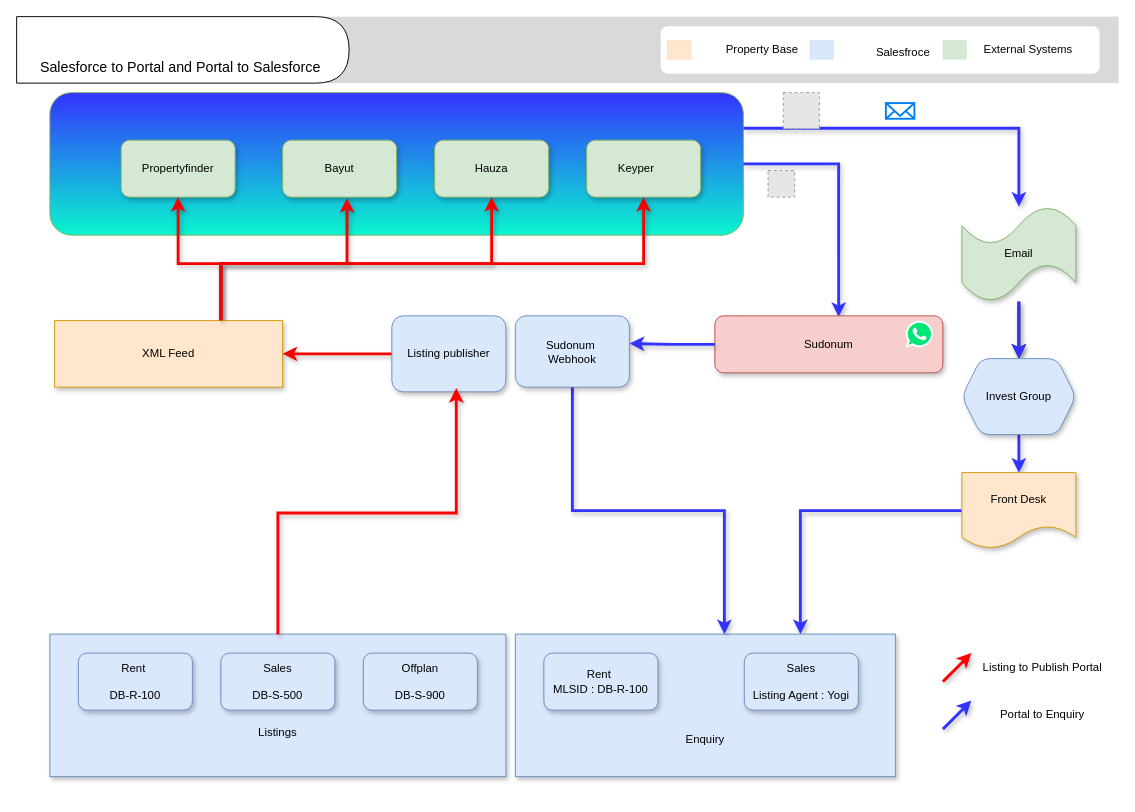
The draw.io diagram page "Portal Email Integration" (11 of 22) of Real Estate Business.drawio in ybbhosale2023/Propertybase, before the edit. Source tidied: cells renumbered, new cells numbered last; positions are measured from the earlier drawing's top-left corner, leaving out a move shared by most shapes. Both pictures are drawn from the tidied source at 95%, with x=0, y=0 at pixel (16, 16). Pictures stored in the file or linked from it are replaced by grey dashed boxes.
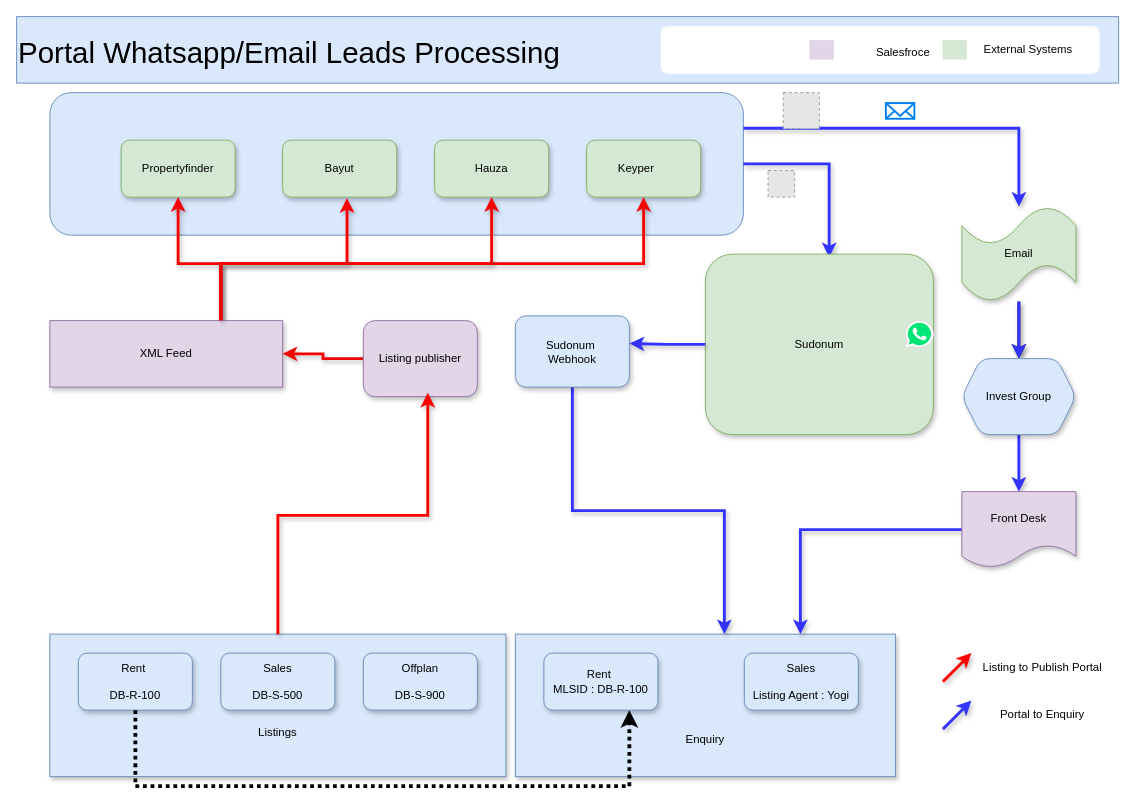
Above is the later version.

The change refers to these unchanged cells:
```xml
<mxCell id="17" value="Rent&amp;nbsp;&lt;div&gt;&lt;br&gt;&lt;div&gt;&lt;span style=&quot;background-color: initial;&quot;&gt;DB-R-100&lt;/span&gt;&lt;/div&gt;&lt;/div&gt;" style="rounded=1;whiteSpace=wrap;html=1;fillColor=#dae8fc;strokeColor=#6c8ebf;shadow=1;" parent="1" vertex="1">
  <mxGeometry x="65" y="670" width="120" height="60" as="geometry" />
</mxCell>
<mxCell id="29" value="Rent&amp;nbsp;&lt;div&gt;MLSID : DB-R-100&lt;/div&gt;" style="rounded=1;whiteSpace=wrap;html=1;fillColor=#dae8fc;strokeColor=#6c8ebf;shadow=1;" parent="1" vertex="1">
  <mxGeometry x="555" y="670" width="120" height="60" as="geometry" />
</mxCell>
<mxCell id="50" style="group;" parent="43" vertex="1">
  <mxGeometry x="835" y="20" width="155" height="35" as="geometry" />
</mxCell>
```

The edit, as a diff of the source:
```diff
@@
+    <mxCell id="28" value="&lt;div&gt;&lt;br&gt;&lt;/div&gt;&lt;div&gt;&lt;br&gt;&lt;/div&gt;&lt;div&gt;&lt;br&gt;&lt;/div&gt;&lt;div&gt;&lt;br&gt;&lt;/div&gt;&lt;div&gt;&lt;br&gt;&lt;/div&gt;&lt;div&gt;Enquiry&lt;/div&gt;" style="rounded=0;whiteSpace=wrap;html=1;fillColor=#dae8fc;strokeColor=#6c8ebf;shadow=1;" parent="1" vertex="1">
+      <mxGeometry x="525" y="650" width="400" height="150" as="geometry" />
+    </mxCell>
-    <mxCell id="2" style="rounded=1;whiteSpace=wrap;html=1;fillColor=#3333FF;strokeColor=#82b366;gradientColor=#0af5ce;" parent="1" vertex="1">
+    <mxCell id="2" style="rounded=1;whiteSpace=wrap;html=1;fillColor=#dae8fc;strokeColor=#6c8ebf;" parent="1" vertex="1">
       <mxGeometry x="35" y="80" width="730" height="150" as="geometry" />
     </mxCell>
@@
-    <mxCell id="12" value="XML Feed" style="rounded=0;whiteSpace=wrap;html=1;fillColor=#ffe6cc;strokeColor=#d79b00;shadow=1;" parent="1" vertex="1">
-      <mxGeometry x="40" y="320" width="240" height="70" as="geometry" />
+    <mxCell id="12" value="XML Feed" style="rounded=0;whiteSpace=wrap;html=1;fillColor=#e1d5e7;strokeColor=#9673a6;shadow=1;" parent="1" vertex="1">
+      <mxGeometry x="35" y="320" width="245" height="70" as="geometry" />
     </mxCell>
@@
-    <mxCell id="14" value="Listing publisher" style="rounded=1;whiteSpace=wrap;html=1;fillColor=#dae8fc;strokeColor=#6c8ebf;shadow=1;" parent="1" vertex="1">
-      <mxGeometry x="395" y="315" width="120" height="80" as="geometry" />
+    <mxCell id="14" value="Listing publisher" style="rounded=1;whiteSpace=wrap;html=1;fillColor=#e1d5e7;strokeColor=#9673a6;shadow=1;" parent="1" vertex="1">
+      <mxGeometry x="365" y="320" width="120" height="80" as="geometry" />
     </mxCell>
@@
+    <mxCell id="55" style="edgeStyle=orthogonalEdgeStyle;rounded=0;jettySize=auto;html=1;entryX=0.75;entryY=1;entryDx=0;entryDy=0;dashed=1;dashPattern=1 1;flowAnimation=1;strokeWidth=4;" parent="1" edge="1" source="17" target="29">
+      <mxGeometry relative="1" as="geometry">
+        <Array as="points">
+          <mxPoint x="125" y="810" />
+          <mxPoint x="645" y="810" />
+        </Array>
+      </mxGeometry>
+    </mxCell>
@@
-    <mxCell id="27" value="Front Desk" style="shape=document;whiteSpace=wrap;html=1;boundedLbl=1;fillColor=#ffe6cc;strokeColor=#d79b00;rounded=1;shadow=1;" parent="1" vertex="1">
-      <mxGeometry x="995" y="480" width="120" height="80" as="geometry" />
+    <mxCell id="27" value="Front Desk" style="shape=document;whiteSpace=wrap;html=1;boundedLbl=1;fillColor=#e1d5e7;strokeColor=#9673a6;rounded=1;shadow=1;" parent="1" vertex="1">
+      <mxGeometry x="995" y="500" width="120" height="80" as="geometry" />
     </mxCell>
-    <mxCell id="28" value="&lt;div&gt;&lt;br&gt;&lt;/div&gt;&lt;div&gt;&lt;br&gt;&lt;/div&gt;&lt;div&gt;&lt;br&gt;&lt;/div&gt;&lt;div&gt;&lt;br&gt;&lt;/div&gt;&lt;div&gt;&lt;br&gt;&lt;/div&gt;&lt;div&gt;Enquiry&lt;/div&gt;" style="rounded=0;whiteSpace=wrap;html=1;fillColor=#dae8fc;strokeColor=#6c8ebf;shadow=1;" parent="1" vertex="1">
-      <mxGeometry x="525" y="650" width="400" height="150" as="geometry" />
-    </mxCell>
@@
-    <mxCell id="31" value="Sudonum" style="rounded=1;whiteSpace=wrap;html=1;fillColor=#f8cecc;strokeColor=#b85450;shadow=1;" parent="1" vertex="1">
-      <mxGeometry x="735" y="315" width="240" height="60" as="geometry" />
+    <mxCell id="31" value="Sudonum" style="rounded=1;whiteSpace=wrap;html=1;fillColor=#d5e8d4;strokeColor=#82b366;shadow=1;" parent="1" vertex="1">
+      <mxGeometry x="725" y="250" width="240" height="190" as="geometry" />
     </mxCell>
@@
-    <mxCell id="43" style="strokeColor=none;fillColor=#d9d9d9;" parent="1" vertex="1">
+    <mxCell id="43" value="Portal Whatsapp/Email Leads Processing    " style="strokeColor=#6c8ebf;fillColor=#dae8fc;fontSize=31;align=left;" parent="1" vertex="1">
       <mxGeometry width="1160" height="70" as="geometry" />
     </mxCell>
-    <mxCell id="44" style="shape=delay;whiteSpace=wrap;html=1;fontStyle=1;fontSize=15;" parent="43" vertex="1">
-      <mxGeometry width="350" height="70" relative="1" as="geometry" />
-    </mxCell>
-    <mxCell id="45" value="&lt;h3 style=&quot;font-size: 15px;&quot;&gt;&lt;span style=&quot;font-size: 15px; font-weight: 400;&quot;&gt;Salesforce to Portal and Portal to Salesforce&amp;nbsp;&lt;/span&gt;&lt;/h3&gt;" style="text;html=1;strokeColor=none;fillColor=none;spacing=5;spacingTop=-20;whiteSpace=wrap;overflow=hidden;rounded=0;fontSize=15;" parent="44" vertex="1">
-      <mxGeometry width="310" height="20" relative="1" as="geometry">
-        <mxPoint x="20" y="40" as="offset" />
-      </mxGeometry>
-    </mxCell>
@@
-    <mxCell id="47" style="group;" parent="43" vertex="1">
-      <mxGeometry x="685" y="20" width="155" height="30" as="geometry" />
-    </mxCell>
-    <mxCell id="48" style="rounded=0;whiteSpace=wrap;html=1;glass=0;shadow=0;strokeWidth=0;perimeterSpacing=0;fillColor=#ffe6cc;strokeColor=#d79b00;align=center;verticalAlign=middle;fontFamily=Helvetica;fontSize=12;fontColor=default;" parent="47" vertex="1">
-      <mxGeometry y="5" width="25" height="20" as="geometry" />
-    </mxCell>
-    <mxCell id="49" value="Property Base" style="text;html=1;align=center;verticalAlign=middle;whiteSpace=wrap;rounded=1;glass=0;shadow=0;strokeWidth=2;" parent="47" vertex="1">
-      <mxGeometry x="45" width="110" height="30" as="geometry" />
-    </mxCell>
@@
-    <mxCell id="51" style="rounded=0;whiteSpace=wrap;html=1;glass=0;shadow=0;strokeWidth=0;perimeterSpacing=0;fillColor=#dae8fc;strokeColor=#6c8ebf;align=center;verticalAlign=middle;fontFamily=Helvetica;fontSize=12;" parent="50" vertex="1">
+    <mxCell id="51" style="rounded=0;whiteSpace=wrap;html=1;glass=0;shadow=0;strokeWidth=0;perimeterSpacing=0;fillColor=#e1d5e7;strokeColor=#9673a6;align=center;verticalAlign=middle;fontFamily=Helvetica;fontSize=12;" parent="50" vertex="1">
       <mxGeometry y="5" width="25" height="20" as="geometry" />
     </mxCell>
```
